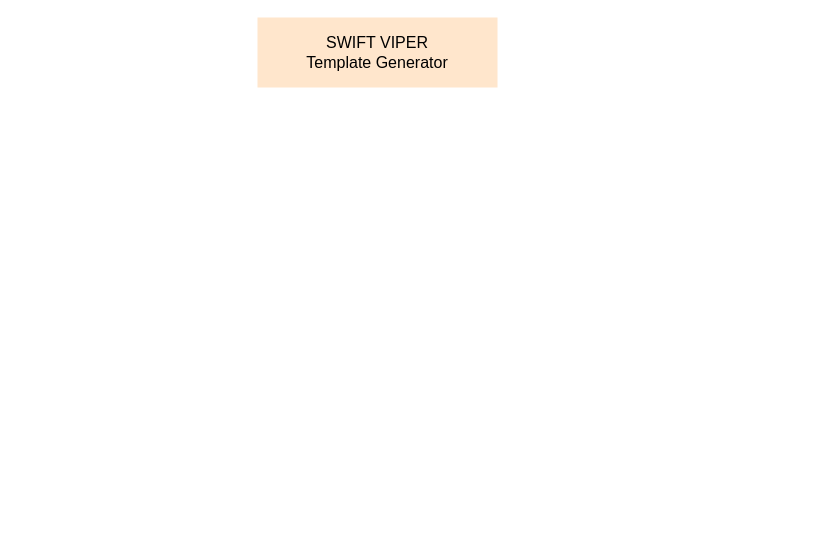
Earlier version of the draw.io diagram Untitled Diagram.drawio (peterkuch/cmadmob). Source tidied: cells renumbered, new cells numbered last; positions are measured from the earlier drawing's top-left corner, leaving out a move shared by most shapes. Both pictures are drawn from the tidied source at 100%, with x=0, y=0 at pixel (257, 17).
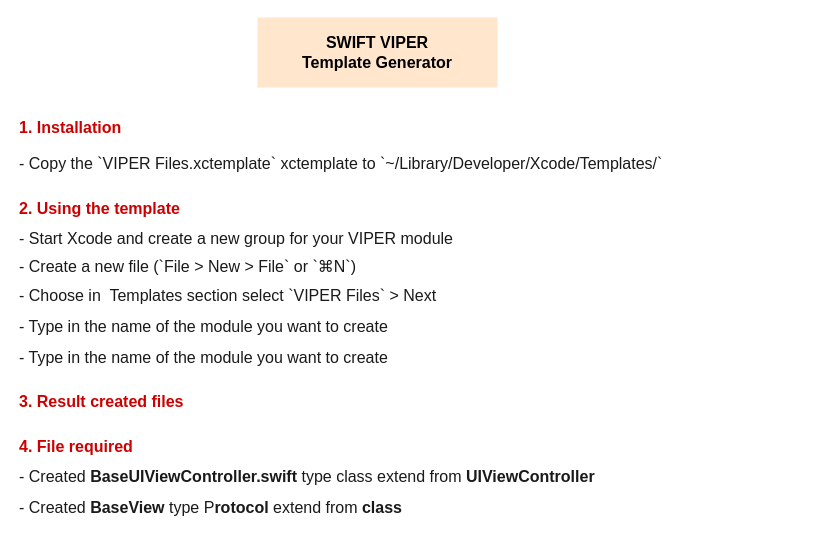
The same diagram, later.

Diff of the diagram source:
```diff
@@
 <mxGraphModel>
   <root>
     <mxCell id="0" />
     <mxCell id="1" parent="0" />
-    <mxCell id="2" value="SWIFT VIPER &lt;br style=&quot;font-size: 16px;&quot;&gt;Template Generator" style="text;html=1;fillColor=#ffe6cc;align=center;verticalAlign=middle;whiteSpace=wrap;rounded=0;fontSize=16;" parent="1" vertex="1">
+    <mxCell id="2" value="SWIFT VIPER &lt;br style=&quot;font-size: 16px;&quot;&gt;Template Generator" style="text;html=1;fillColor=#ffe6cc;align=center;verticalAlign=middle;whiteSpace=wrap;rounded=0;fontSize=16;fontStyle=1;" parent="1" vertex="1">
       <mxGeometry width="240" height="70" as="geometry" />
     </mxCell>
+    <mxCell id="3" value="1. Installation" style="text;html=1;strokeColor=none;fillColor=none;align=left;verticalAlign=middle;whiteSpace=wrap;rounded=0;fontSize=16;fontColor=#CC0000;fontStyle=1;" parent="1" vertex="1">
+      <mxGeometry x="-240" y="100" width="240" height="20" as="geometry" />
+    </mxCell>
+    <mxCell id="4" value="- Copy the `VIPER Files.xctemplate` xctemplate&amp;nbsp;to `~/Library/Developer/Xcode/Templates/`" style="text;html=1;strokeColor=none;fillColor=none;align=left;verticalAlign=middle;whiteSpace=wrap;rounded=0;fontSize=16;fontColor=#1A1A1A;" parent="1" vertex="1">
+      <mxGeometry x="-240" y="126" width="790" height="40" as="geometry" />
+    </mxCell>
+    <mxCell id="5" value="2. Using the template" style="text;html=1;strokeColor=none;fillColor=none;align=left;verticalAlign=middle;whiteSpace=wrap;rounded=0;fontSize=16;fontColor=#CC0000;fontStyle=1;" parent="1" vertex="1">
+      <mxGeometry x="-240" y="181" width="240" height="20" as="geometry" />
+    </mxCell>
+    <mxCell id="6" value="- Start Xcode and create a new group for your VIPER module" style="text;html=1;strokeColor=none;fillColor=none;align=left;verticalAlign=middle;whiteSpace=wrap;rounded=0;fontSize=16;fontColor=#1A1A1A;" parent="1" vertex="1">
+      <mxGeometry x="-240" y="201" width="790" height="40" as="geometry" />
+    </mxCell>
+    <mxCell id="7" value="- Create a new file (`File &amp;gt; New &amp;gt; File` or `⌘N`)" style="text;html=1;strokeColor=none;fillColor=none;align=left;verticalAlign=middle;whiteSpace=wrap;rounded=0;fontSize=16;fontColor=#1A1A1A;" parent="1" vertex="1">
+      <mxGeometry x="-240" y="229" width="790" height="40" as="geometry" />
+    </mxCell>
+    <mxCell id="8" value="- Choose in&amp;nbsp; Templates section select `VIPER Files` &amp;gt; Next" style="text;html=1;strokeColor=none;fillColor=none;align=left;verticalAlign=middle;whiteSpace=wrap;rounded=0;fontSize=16;fontColor=#1A1A1A;" parent="1" vertex="1">
+      <mxGeometry x="-240" y="258" width="790" height="40" as="geometry" />
+    </mxCell>
+    <mxCell id="9" value="- Type in the name of the module you want to create" style="text;html=1;strokeColor=none;fillColor=none;align=left;verticalAlign=middle;whiteSpace=wrap;rounded=0;fontSize=16;fontColor=#1A1A1A;" parent="1" vertex="1">
+      <mxGeometry x="-240" y="289" width="790" height="40" as="geometry" />
+    </mxCell>
+    <mxCell id="10" value="- Type in the name of the module you want to create" style="text;html=1;strokeColor=none;fillColor=none;align=left;verticalAlign=middle;whiteSpace=wrap;rounded=0;fontSize=16;fontColor=#1A1A1A;" parent="1" vertex="1">
+      <mxGeometry x="-240" y="320" width="790" height="40" as="geometry" />
+    </mxCell>
+    <mxCell id="11" value="3. Result created files" style="text;html=1;strokeColor=none;fillColor=none;align=left;verticalAlign=middle;whiteSpace=wrap;rounded=0;fontSize=16;fontColor=#CC0000;fontStyle=1;" parent="1" vertex="1">
+      <mxGeometry x="-240" y="374" width="240" height="20" as="geometry" />
+    </mxCell>
+    <mxCell id="12" value="4. File required" style="text;html=1;strokeColor=none;fillColor=none;align=left;verticalAlign=middle;whiteSpace=wrap;rounded=0;fontSize=16;fontColor=#CC0000;fontStyle=1;" parent="1" vertex="1">
+      <mxGeometry x="-240" y="419" width="240" height="20" as="geometry" />
+    </mxCell>
+    <mxCell id="13" value="- Created&amp;nbsp;&lt;b&gt;BaseUIViewController.swift &lt;/b&gt;type class&amp;nbsp;extend from &lt;b&gt;UIViewController&lt;/b&gt;" style="text;html=1;strokeColor=none;fillColor=none;align=left;verticalAlign=middle;whiteSpace=wrap;rounded=0;fontSize=16;fontColor=#1A1A1A;" parent="1" vertex="1">
+      <mxGeometry x="-240" y="439" width="790" height="40" as="geometry" />
+    </mxCell>
+    <mxCell id="14" value="- Created&amp;nbsp;&lt;b&gt;BaseView&amp;nbsp;&lt;/b&gt;type P&lt;b&gt;rotocol&lt;/b&gt;&amp;nbsp;extend from &lt;b&gt;class&lt;/b&gt;" style="text;html=1;strokeColor=none;fillColor=none;align=left;verticalAlign=middle;whiteSpace=wrap;rounded=0;fontSize=16;fontColor=#1A1A1A;" parent="1" vertex="1">
+      <mxGeometry x="-240" y="470" width="790" height="40" as="geometry" />
+    </mxCell>
   </root>
 </mxGraphModel>
```
